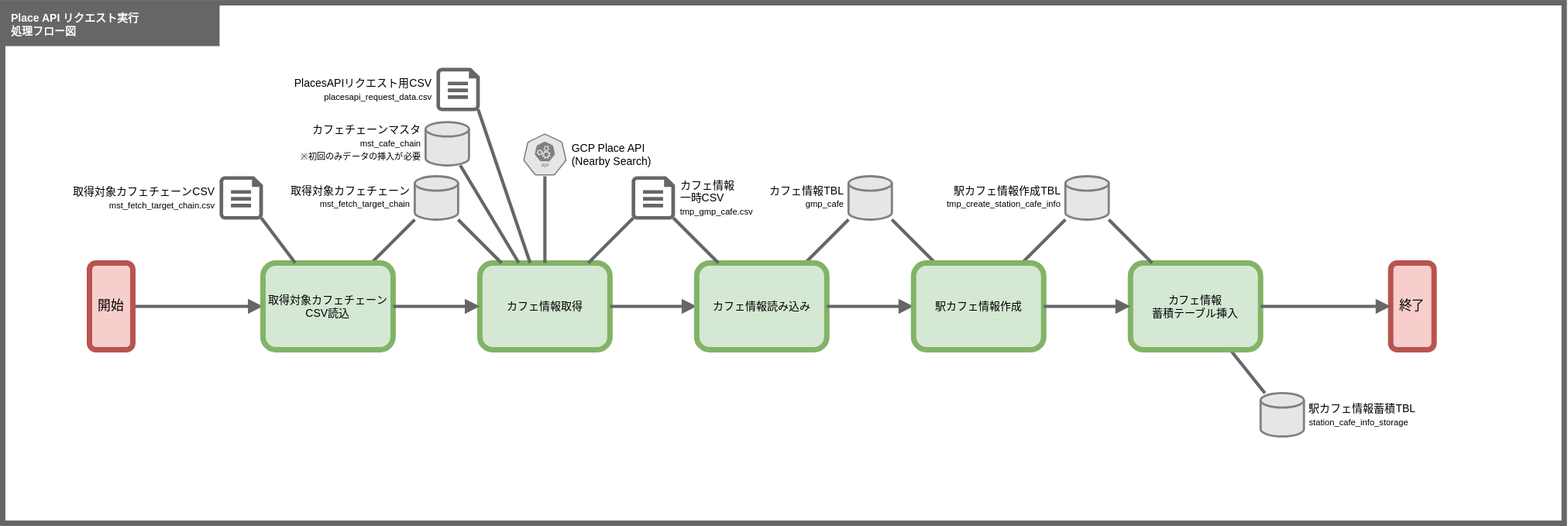
The draw.io diagram doc/201_設計/01510202_PlacesAPIリクエスト実行_処理フロー図.drawio.svg in take4bcreators/cafe-train-prj, before a commit. Source tidied: cells renumbered, new cells last; positions are measured from the earlier drawing's top-left corner, leaving out a move shared by most shapes.
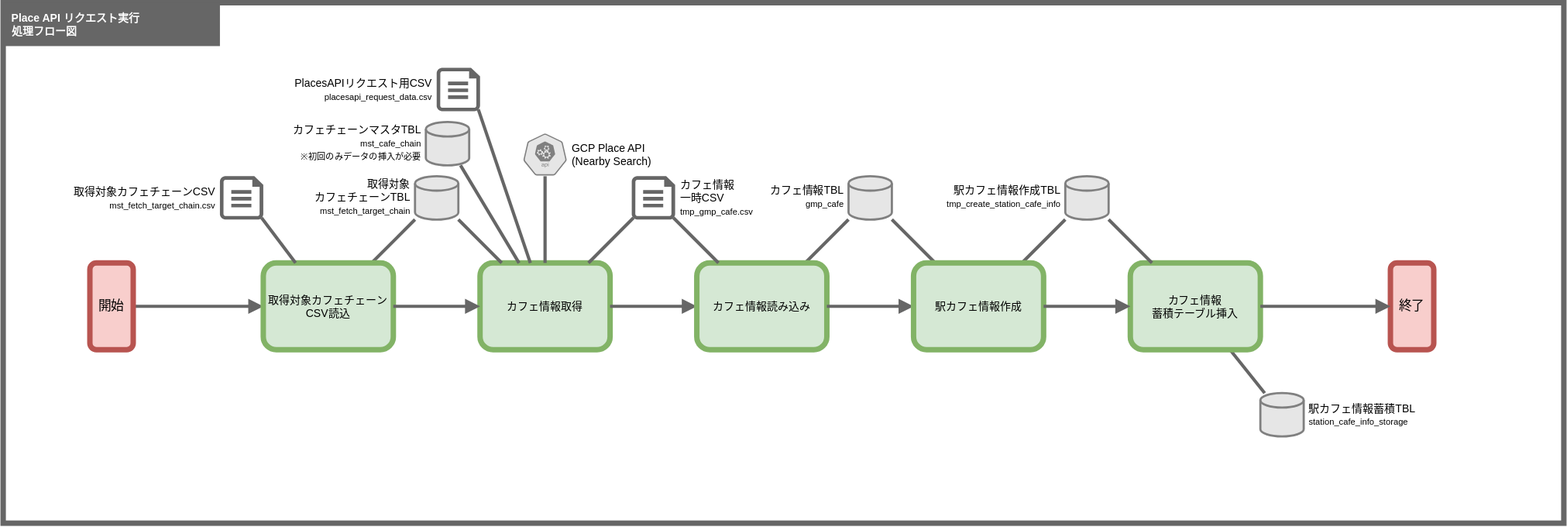
The same diagram one commit later.

What changed in the source:
```diff
@@ -90,13 +90,13 @@
     <mxCell id="31" style="edgeStyle=none;shape=connector;rounded=1;html=1;labelBackgroundColor=default;fontFamily=Helvetica;fontSize=11;fontColor=default;endArrow=none;endFill=0;strokeColor=#666666;strokeWidth=3;" parent="3" edge="1" source="32" target="4">
       <mxGeometry relative="1" as="geometry" />
     </mxCell>
-    <mxCell id="32" value="&lt;span style=&quot;&quot;&gt;取得対象カフェチェーン&lt;/span&gt;&lt;br style=&quot;&quot;&gt;&lt;div style=&quot;&quot;&gt;&lt;span style=&quot;font-size: 8px&quot;&gt;mst_fetch_target_chain&lt;/span&gt;&lt;/div&gt;" style="strokeWidth=2;html=1;shape=mxgraph.flowchart.database;fontFamily=Helvetica;fontSize=10;fontColor=default;fillColor=#E6E6E6;labelPosition=left;verticalLabelPosition=middle;align=right;verticalAlign=middle;spacingRight=3;perimeterSpacing=0;spacingLeft=3;strokeColor=#808080;spacingTop=0;spacingBottom=3;" parent="3" vertex="1">
+    <mxCell id="32" value="&lt;span&gt;取得対象&lt;br&gt;カフェチェーンTBL&lt;/span&gt;&lt;br&gt;&lt;div&gt;&lt;span style=&quot;font-size: 8px&quot;&gt;mst_fetch_target_chain&lt;/span&gt;&lt;/div&gt;" style="strokeWidth=2;html=1;shape=mxgraph.flowchart.database;fontFamily=Helvetica;fontSize=10;fontColor=default;fillColor=#E6E6E6;labelPosition=left;verticalLabelPosition=middle;align=right;verticalAlign=middle;spacingRight=3;perimeterSpacing=0;spacingLeft=3;strokeColor=#808080;spacingTop=0;spacingBottom=3;" parent="3" vertex="1">
       <mxGeometry x="380" y="160" width="40" height="40" as="geometry" />
     </mxCell>
     <mxCell id="33" style="edgeStyle=none;shape=connector;rounded=1;html=1;labelBackgroundColor=default;fontFamily=Helvetica;fontSize=11;fontColor=default;endArrow=none;endFill=0;strokeColor=#666666;strokeWidth=3;" parent="3" edge="1" source="34" target="4">
       <mxGeometry relative="1" as="geometry" />
     </mxCell>
-    <mxCell id="34" value="&lt;span style=&quot;text-align: left&quot;&gt;カフェチェーンマスタ&lt;/span&gt;&lt;br style=&quot;text-align: left&quot;&gt;&lt;span style=&quot;font-size: 8px ; text-align: left&quot;&gt;mst_cafe_chain&lt;br&gt;※初回のみデータの挿入が必要&lt;br&gt;&lt;/span&gt;" style="strokeWidth=2;html=1;shape=mxgraph.flowchart.database;fontFamily=Helvetica;fontSize=10;fontColor=default;fillColor=#E6E6E6;labelPosition=left;verticalLabelPosition=middle;align=right;verticalAlign=middle;spacingRight=3;perimeterSpacing=0;spacingLeft=3;strokeColor=#808080;spacingTop=0;spacingBottom=3;" parent="3" vertex="1">
+    <mxCell id="34" value="&lt;span style=&quot;text-align: left&quot;&gt;カフェチェーンマスタTBL&lt;/span&gt;&lt;br style=&quot;text-align: left&quot;&gt;&lt;span style=&quot;font-size: 8px ; text-align: left&quot;&gt;mst_cafe_chain&lt;br&gt;※初回のみデータの挿入が必要&lt;br&gt;&lt;/span&gt;" style="strokeWidth=2;html=1;shape=mxgraph.flowchart.database;fontFamily=Helvetica;fontSize=10;fontColor=default;fillColor=#E6E6E6;labelPosition=left;verticalLabelPosition=middle;align=right;verticalAlign=middle;spacingRight=3;perimeterSpacing=0;spacingLeft=3;strokeColor=#808080;spacingTop=0;spacingBottom=3;" parent="3" vertex="1">
       <mxGeometry x="390" y="110" width="40" height="40" as="geometry" />
     </mxCell>
     <mxCell id="35" style="edgeStyle=none;shape=connector;rounded=1;html=1;labelBackgroundColor=default;fontFamily=Helvetica;fontSize=11;fontColor=default;endArrow=none;endFill=0;strokeColor=#666666;strokeWidth=3;" parent="3" edge="1" source="36" target="38">
```
